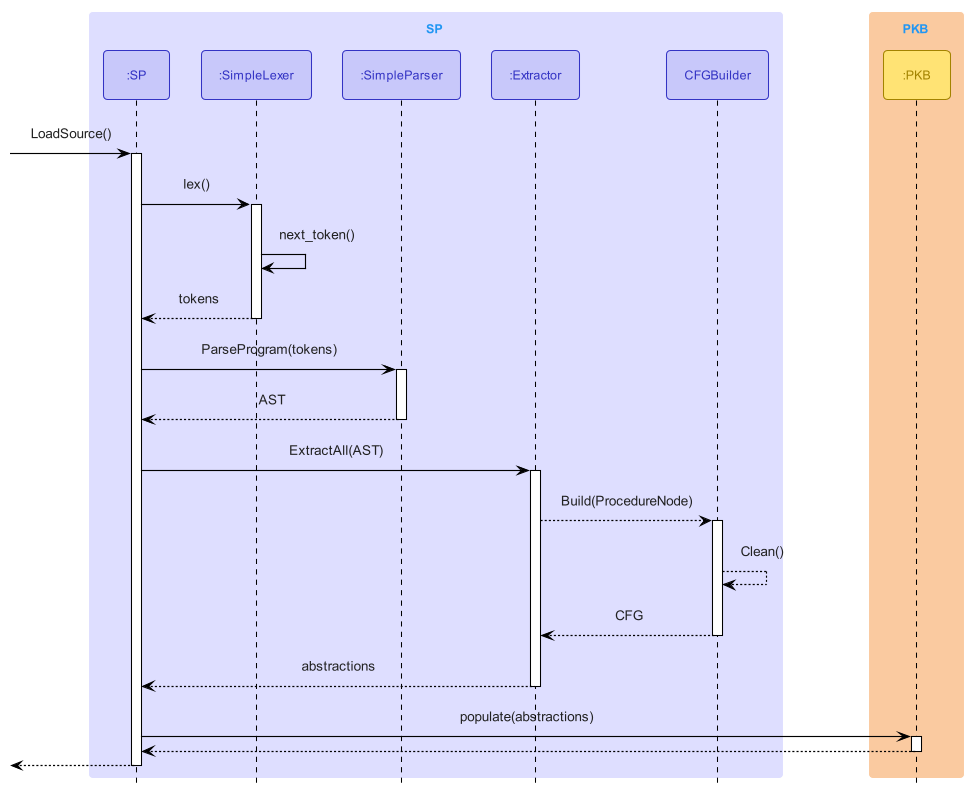
Above: docs/images/SPSeqDiagram.png in mazx4960/static-analyzer (PlantUML), before the change.
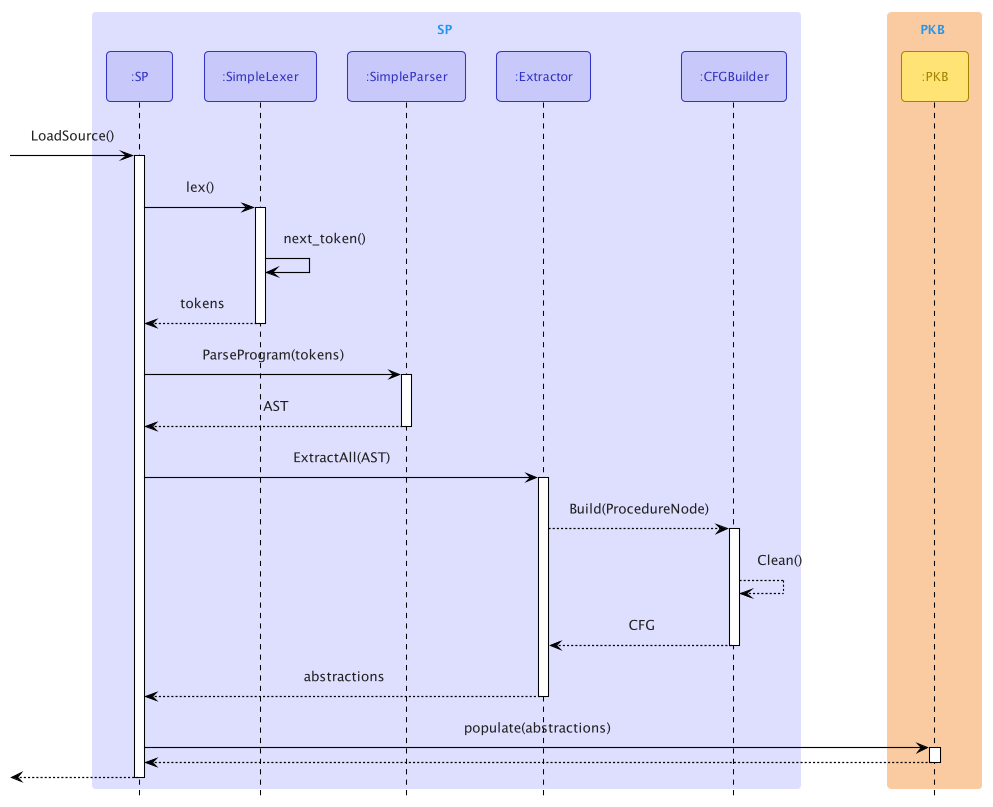
Above is the later version.

Diff of the diagram source:
```diff
@@ -7,7 +7,7 @@
 participant ":SimpleLexer" as SimpleLexer<<SP>>
 participant ":SimpleParser" as SimpleParser<<SP>>
 participant ":Extractor" as Extractor<<SP>>
-participant "CFGBuilder" as CFGBuilder<<SP>>
+participant ":CFGBuilder" as CFGBuilder<<SP>>
 end box
 
 box PKB PKB_COLOR_LIGHT
```
